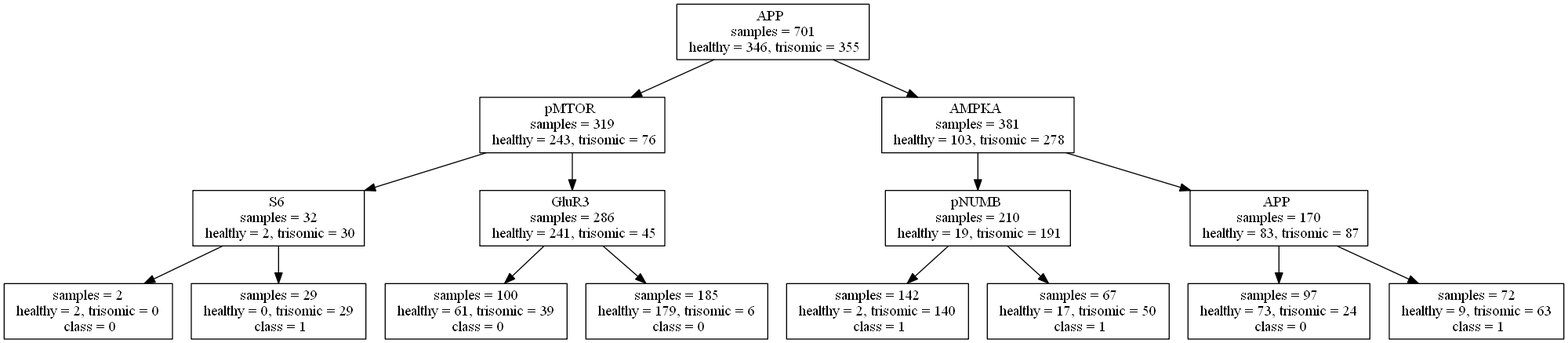
Before: tree.png, a diagram exported from Graphviz (chapmacl/TDIDT-Decision-Tree). Its source is kept beside it as tree.dot.
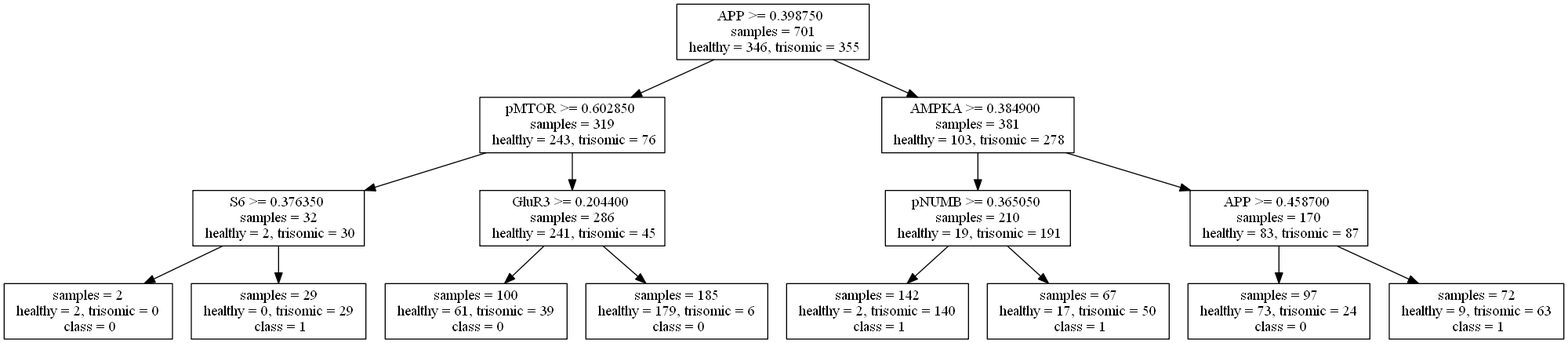
After the commit.

The edit, as a diff of the source:
```diff
@@ -1,76 +1,76 @@
 digraph {
 	node [shape=box]
-	APP_701 [label="APP
+	APP_701 [label="APP >= 0.398750
  samples = 701
  healthy = 346, trisomic = 355"]
 	node [shape=box]
-	pMTOR_319 [label="pMTOR
+	pMTOR_319 [label="pMTOR >= 0.602850
  samples = 319
  healthy = 243, trisomic = 76"]
 	APP_701 -> pMTOR_319
 	node [shape=box]
-	S6_32 [label="S6
+	S6_32 [label="S6 >= 0.376350
  samples = 32
  healthy = 2, trisomic = 30"]
 	pMTOR_319 -> S6_32
 	node [shape=box]
-	S6_32l [label=" samples = 2
+	S6_32f [label=" samples = 2
  healthy = 2, trisomic = 0
  class = 0"]
-	S6_32 -> S6_32l
+	S6_32 -> S6_32f
 	node [shape=box]
-	S6_32n [label=" samples = 29
+	S6_32c [label=" samples = 29
  healthy = 0, trisomic = 29
  class = 1"]
-	S6_32 -> S6_32n
+	S6_32 -> S6_32c
 	node [shape=box]
-	GluR3_286 [label="GluR3
+	GluR3_286 [label="GluR3 >= 0.204400
  samples = 286
  healthy = 241, trisomic = 45"]
 	pMTOR_319 -> GluR3_286
 	node [shape=box]
-	GluR3_286n [label=" samples = 100
+	GluR3_2862 [label=" samples = 100
  healthy = 61, trisomic = 39
  class = 0"]
-	GluR3_286 -> GluR3_286n
+	GluR3_286 -> GluR3_2862
 	node [shape=box]
-	GluR3_2863 [label=" samples = 185
+	GluR3_286a [label=" samples = 185
  healthy = 179, trisomic = 6
  class = 0"]
-	GluR3_286 -> GluR3_2863
+	GluR3_286 -> GluR3_286a
 	node [shape=box]
-	AMPKA_381 [label="AMPKA
+	AMPKA_381 [label="AMPKA >= 0.384900
  samples = 381
  healthy = 103, trisomic = 278"]
 	APP_701 -> AMPKA_381
 	node [shape=box]
-	pNUMB_210 [label="pNUMB
+	pNUMB_210 [label="pNUMB >= 0.365050
  samples = 210
  healthy = 19, trisomic = 191"]
 	AMPKA_381 -> pNUMB_210
 	node [shape=box]
-	pNUMB_210c [label=" samples = 142
+	pNUMB_210o [label=" samples = 142
  healthy = 2, trisomic = 140
  class = 1"]
-	pNUMB_210 -> pNUMB_210c
+	pNUMB_210 -> pNUMB_210o
 	node [shape=box]
-	pNUMB_210p [label=" samples = 67
+	pNUMB_210g [label=" samples = 67
  healthy = 17, trisomic = 50
  class = 1"]
-	pNUMB_210 -> pNUMB_210p
+	pNUMB_210 -> pNUMB_210g
 	node [shape=box]
-	APP_170 [label="APP
+	APP_170 [label="APP >= 0.458700
  samples = 170
  healthy = 83, trisomic = 87"]
 	AMPKA_381 -> APP_170
 	node [shape=box]
-	APP_170y [label=" samples = 97
+	APP_170l [label=" samples = 97
  healthy = 73, trisomic = 24
  class = 0"]
-	APP_170 -> APP_170y
+	APP_170 -> APP_170l
 	node [shape=box]
-	APP_1705 [label=" samples = 72
+	APP_170f [label=" samples = 72
  healthy = 9, trisomic = 63
  class = 1"]
-	APP_170 -> APP_1705
+	APP_170 -> APP_170f
 }
```
